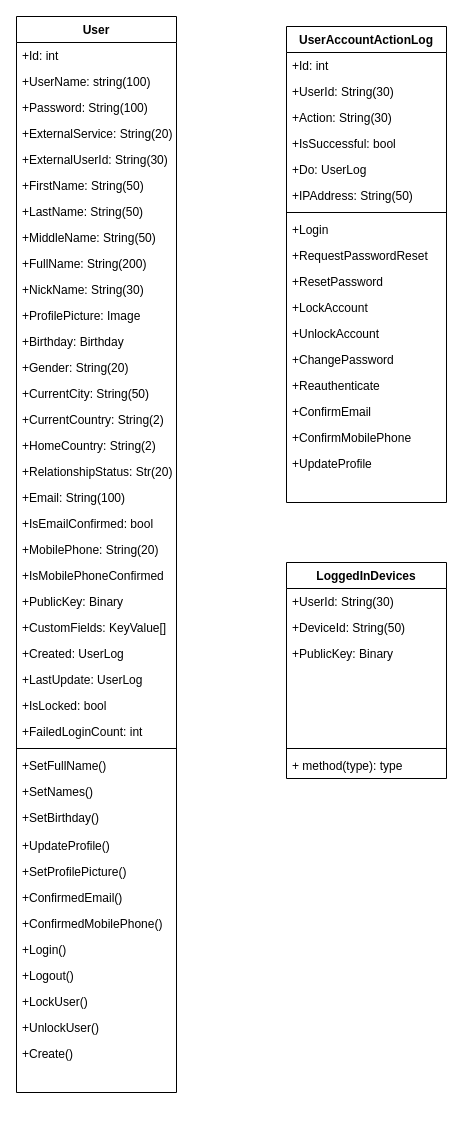
This is Identity.drawio from hkdotneteam/hkdotnet.Framework, a draw.io file, before an edit. Source tidied: cells renumbered, new cells numbered last; positions are measured from the earlier drawing's top-left corner, leaving out a move shared by most shapes. Both pictures are drawn from the tidied source at 100%, with x=0, y=0 at pixel (16, 16).
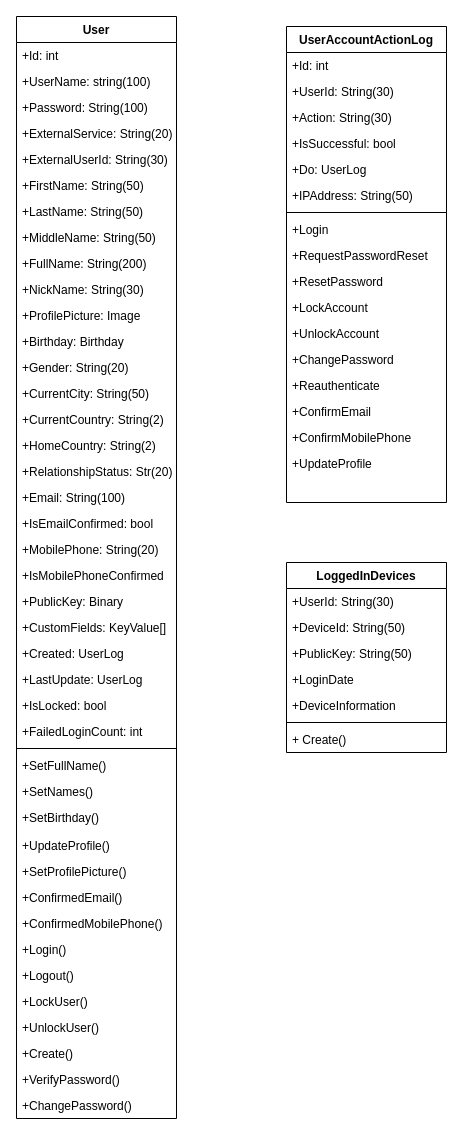
After the change.

What changed in the source:
```diff
@@
     <mxCell id="2" value="User" style="swimlane;fontStyle=1;align=center;verticalAlign=top;horizontal=1;startSize=26;" parent="1" vertex="1">
-      <mxGeometry width="160" height="1076" as="geometry" />
+      <mxGeometry width="160" height="1102" as="geometry" />
     </mxCell>
@@
-    <mxCell id="43" style="text;strokeColor=none;fillColor=none;align=left;verticalAlign=top;spacingLeft=4;spacingRight=4;overflow=hidden;" parent="2" vertex="1">
+    <mxCell id="43" value="+VerifyPassword()" style="text;strokeColor=none;fillColor=none;align=left;verticalAlign=top;spacingLeft=4;spacingRight=4;overflow=hidden;" parent="2" vertex="1">
       <mxGeometry y="1050" width="160" height="26" as="geometry" />
     </mxCell>
+    <mxCell id="72" value="+ChangePassword()" style="text;strokeColor=none;fillColor=none;align=left;verticalAlign=top;spacingLeft=4;spacingRight=4;overflow=hidden;" parent="2" vertex="1">
+      <mxGeometry y="1076" width="160" height="26" as="geometry" />
+    </mxCell>
@@
     <mxCell id="63" value="LoggedInDevices" style="swimlane;fontStyle=1;align=center;verticalAlign=top;horizontal=1;startSize=26;" parent="1" vertex="1">
-      <mxGeometry x="270" y="546" width="160" height="216" as="geometry" />
+      <mxGeometry x="270" y="546" width="160" height="190" as="geometry" />
     </mxCell>
@@
-    <mxCell id="66" value="+PublicKey: Binary" style="text;strokeColor=none;fillColor=none;align=left;verticalAlign=top;spacingLeft=4;spacingRight=4;overflow=hidden;" parent="63" vertex="1">
+    <mxCell id="66" value="+PublicKey: String(50)" style="text;strokeColor=none;fillColor=none;align=left;verticalAlign=top;spacingLeft=4;spacingRight=4;overflow=hidden;" parent="63" vertex="1">
       <mxGeometry y="78" width="160" height="26" as="geometry" />
     </mxCell>
-    <mxCell id="67" style="text;strokeColor=none;fillColor=none;align=left;verticalAlign=top;spacingLeft=4;spacingRight=4;overflow=hidden;" parent="63" vertex="1">
+    <mxCell id="67" value="+LoginDate" style="text;strokeColor=none;fillColor=none;align=left;verticalAlign=top;spacingLeft=4;spacingRight=4;overflow=hidden;" parent="63" vertex="1">
       <mxGeometry y="104" width="160" height="26" as="geometry" />
     </mxCell>
-    <mxCell id="68" style="text;strokeColor=none;fillColor=none;align=left;verticalAlign=top;spacingLeft=4;spacingRight=4;overflow=hidden;" parent="63" vertex="1">
-      <mxGeometry y="130" width="160" height="26" as="geometry" />
-    </mxCell>
-    <mxCell id="69" style="text;strokeColor=none;fillColor=none;align=left;verticalAlign=top;spacingLeft=4;spacingRight=4;overflow=hidden;" parent="63" vertex="1">
-      <mxGeometry y="156" width="160" height="26" as="geometry" />
+    <mxCell id="69" value="+DeviceInformation" style="text;strokeColor=none;fillColor=none;align=left;verticalAlign=top;spacingLeft=4;spacingRight=4;overflow=hidden;" parent="63" vertex="1">
+      <mxGeometry y="130" width="160" height="26" as="geometry" />
     </mxCell>
     <mxCell id="70" style="line;strokeWidth=1;fillColor=none;align=left;verticalAlign=middle;spacingTop=-1;spacingLeft=3;spacingRight=3;labelPosition=right;" parent="63" vertex="1">
-      <mxGeometry y="182" width="160" height="8" as="geometry" />
+      <mxGeometry y="156" width="160" height="8" as="geometry" />
     </mxCell>
-    <mxCell id="71" value="+ method(type): type" style="text;strokeColor=none;fillColor=none;align=left;verticalAlign=top;spacingLeft=4;spacingRight=4;overflow=hidden;" parent="63" vertex="1">
-      <mxGeometry y="190" width="160" height="26" as="geometry" />
+    <mxCell id="71" value="+ Create()" style="text;strokeColor=none;fillColor=none;align=left;verticalAlign=top;spacingLeft=4;spacingRight=4;overflow=hidden;" parent="63" vertex="1">
+      <mxGeometry y="164" width="160" height="26" as="geometry" />
     </mxCell>
```
